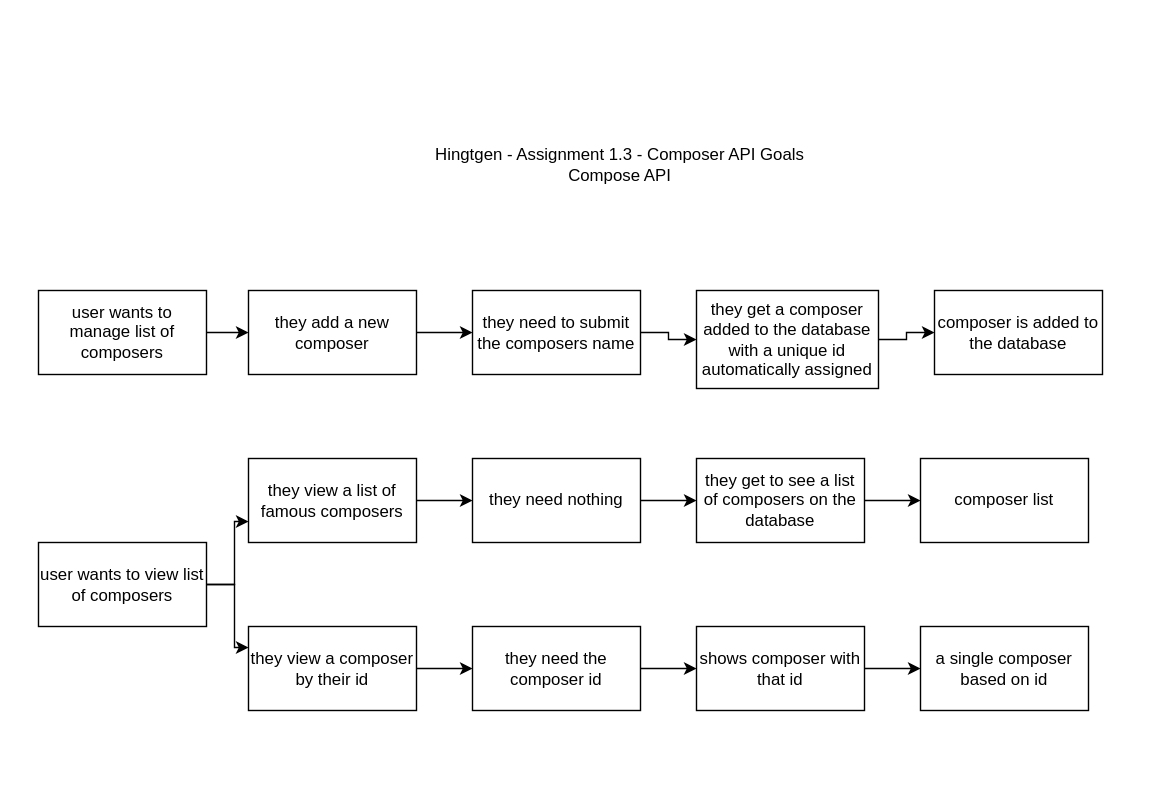
Above: week-1/hingtgen-assignment1-3-composerapigoals.drawio in shaneh92/web-420 (draw.io), before the change. Source tidied: cells renumbered, new cells numbered last; positions are measured from the earlier drawing's top-left corner, leaving out a move shared by most shapes. Both pictures are drawn from the tidied source at 140%, with x=0, y=0 at pixel (38, 122).
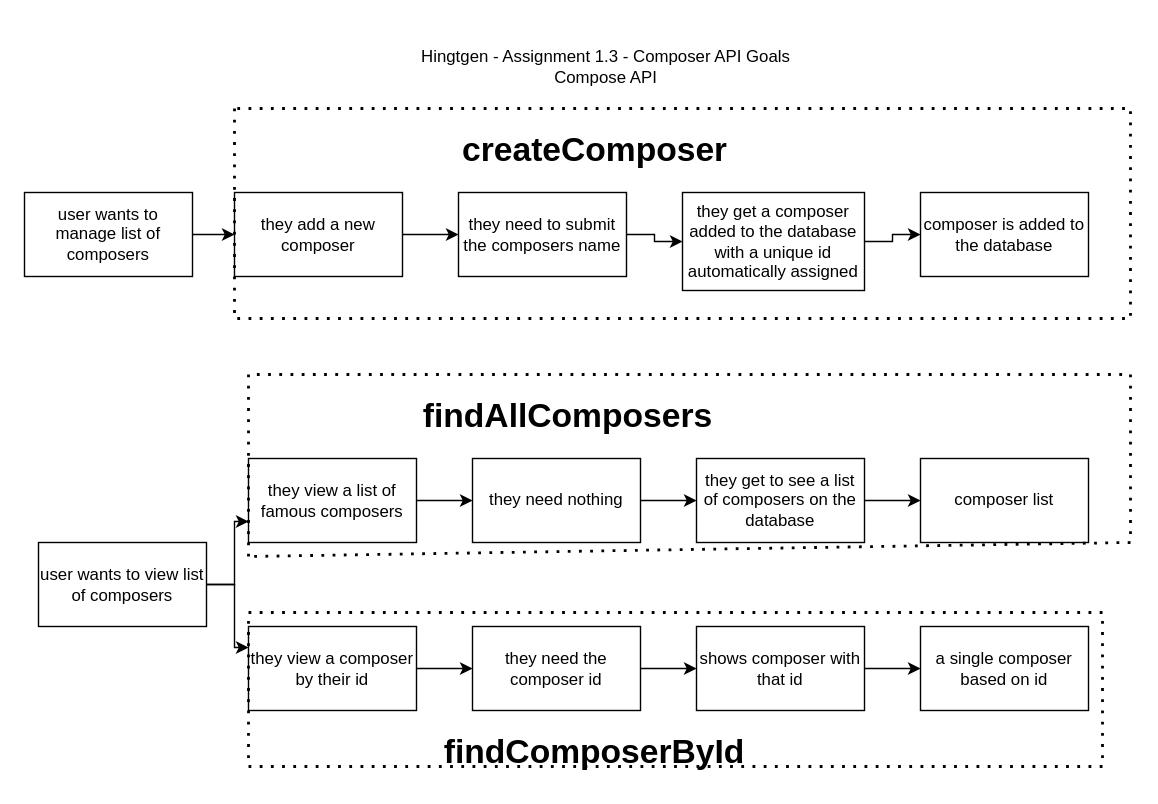
After the change.

Change to the diagram source:
```diff
@@
     <mxCell id="2" value="Hingtgen - Assignment 1.3 - Composer API Goals&lt;br&gt;Compose API" style="text;html=1;strokeColor=none;fillColor=none;align=center;verticalAlign=middle;whiteSpace=wrap;rounded=0;" parent="1" vertex="1">
-      <mxGeometry x="263" width="305" height="60" as="geometry" />
+      <mxGeometry x="253" y="-70" width="305" height="60" as="geometry" />
     </mxCell>
@@
     <mxCell id="8" value="they add a new composer" style="rounded=0;whiteSpace=wrap;html=1;" parent="1" vertex="1">
-      <mxGeometry x="150" y="120" width="120" height="60" as="geometry" />
+      <mxGeometry x="140" y="50" width="120" height="60" as="geometry" />
     </mxCell>
@@
     <mxCell id="10" value="user wants to manage list of composers" style="rounded=0;whiteSpace=wrap;html=1;" parent="1" vertex="1">
-      <mxGeometry y="120" width="120" height="60" as="geometry" />
+      <mxGeometry x="-10" y="50" width="120" height="60" as="geometry" />
     </mxCell>
@@
     <mxCell id="15" value="they need to submit the composers name" style="rounded=0;whiteSpace=wrap;html=1;" parent="1" vertex="1">
-      <mxGeometry x="310" y="120" width="120" height="60" as="geometry" />
+      <mxGeometry x="300" y="50" width="120" height="60" as="geometry" />
     </mxCell>
@@
     <mxCell id="21" value="they get a composer added to the database with a unique id automatically assigned" style="rounded=0;whiteSpace=wrap;html=1;" parent="1" vertex="1">
-      <mxGeometry x="470" y="120" width="130" height="70" as="geometry" />
+      <mxGeometry x="460" y="50" width="130" height="70" as="geometry" />
     </mxCell>
@@
     <mxCell id="26" value="composer is added to the database" style="rounded=0;whiteSpace=wrap;html=1;" parent="1" vertex="1">
-      <mxGeometry x="640" y="120" width="120" height="60" as="geometry" />
+      <mxGeometry x="630" y="50" width="120" height="60" as="geometry" />
     </mxCell>
@@
+    <mxCell id="29" value="&lt;h1&gt;findAllComposers&lt;/h1&gt;" style="text;html=1;strokeColor=none;fillColor=none;spacing=5;spacingTop=-20;whiteSpace=wrap;overflow=hidden;rounded=0;" parent="1" vertex="1">
+      <mxGeometry x="270" y="190" width="270" height="40" as="geometry" />
+    </mxCell>
+    <mxCell id="30" value="&lt;h1&gt;findComposerById&lt;/h1&gt;" style="text;html=1;strokeColor=none;fillColor=none;spacing=5;spacingTop=-20;whiteSpace=wrap;overflow=hidden;rounded=0;" parent="1" vertex="1">
+      <mxGeometry x="285" y="430" width="240" height="40" as="geometry" />
+    </mxCell>
+    <mxCell id="31" value="&lt;h1&gt;createComposer&lt;/h1&gt;" style="text;html=1;strokeColor=none;fillColor=none;spacing=5;spacingTop=-20;whiteSpace=wrap;overflow=hidden;rounded=0;" parent="1" vertex="1">
+      <mxGeometry x="298" width="215" height="40" as="geometry" />
+    </mxCell>
+    <mxCell id="32" style="endArrow=none;dashed=1;html=1;dashPattern=1 3;strokeWidth=2;rounded=0;" parent="1" edge="1">
+      <mxGeometry relative="1" as="geometry">
+        <mxPoint x="150" y="350" as="sourcePoint" />
+        <mxPoint x="150" y="350" as="targetPoint" />
+        <Array as="points">
+          <mxPoint x="760" y="350" />
+          <mxPoint x="760" y="460" />
+          <mxPoint x="150" y="460" />
+        </Array>
+      </mxGeometry>
+    </mxCell>
+    <mxCell id="33" style="endArrow=none;dashed=1;html=1;dashPattern=1 3;strokeWidth=2;rounded=0;" parent="1" edge="1">
+      <mxGeometry relative="1" as="geometry">
+        <mxPoint x="150" y="310" as="sourcePoint" />
+        <mxPoint x="150" y="310" as="targetPoint" />
+        <Array as="points">
+          <mxPoint x="150" y="180" />
+          <mxPoint x="780" y="180" />
+          <mxPoint x="780" y="300" />
+        </Array>
+      </mxGeometry>
+    </mxCell>
+    <mxCell id="34" style="endArrow=none;dashed=1;html=1;dashPattern=1 3;strokeWidth=2;rounded=0;" parent="1" edge="1">
+      <mxGeometry relative="1" as="geometry">
+        <mxPoint x="140" y="-10" as="sourcePoint" />
+        <mxPoint x="140" y="-10" as="targetPoint" />
+        <Array as="points">
+          <mxPoint x="140" y="140" />
+          <mxPoint x="780" y="140" />
+          <mxPoint x="780" y="-10" />
+        </Array>
+      </mxGeometry>
+    </mxCell>
```
